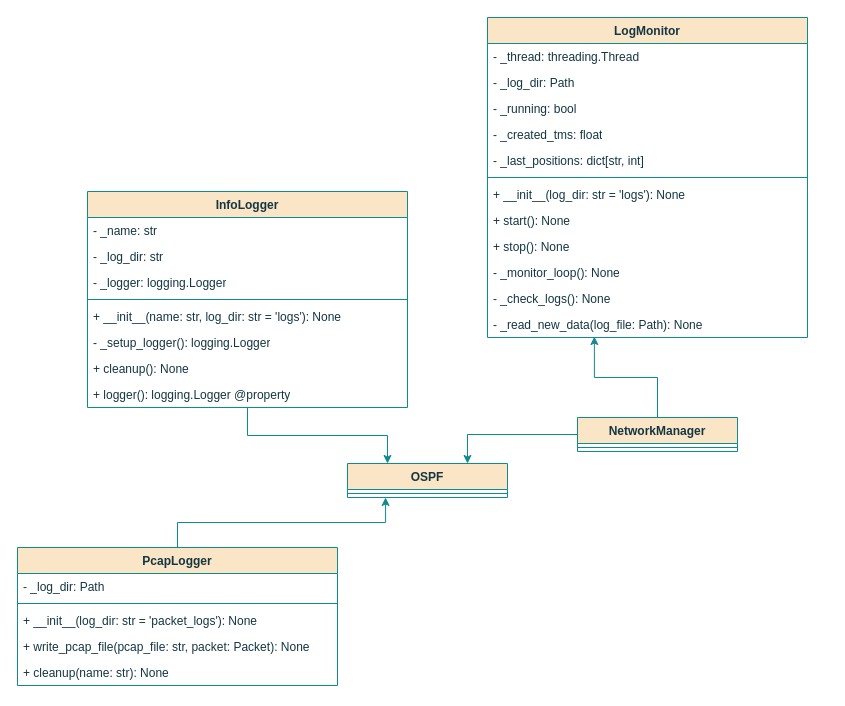
Above: page "monitoring_osztalydiagram" (6 of 12) of documentation/abrak.drawio in x3gan/thesis (draw.io), before the change. Source tidied: cells renumbered, new cells numbered last; positions are measured from the earlier drawing's top-left corner, leaving out a move shared by most shapes. Both pictures are drawn from the tidied source at 100%, with x=0, y=0 at pixel (17, 17).
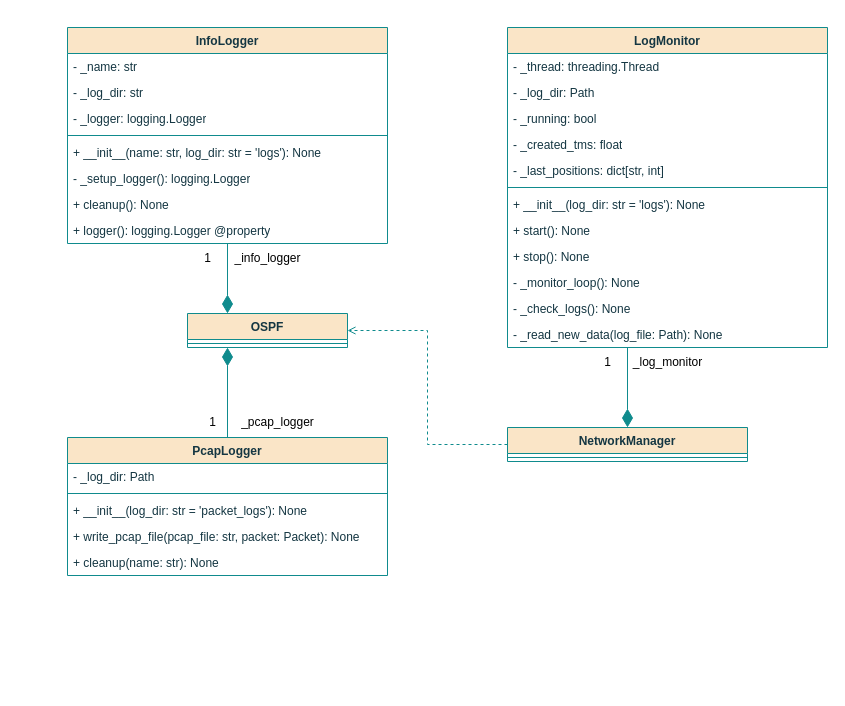
The same page after the edit.

Unchanged cells that the change refers to:
```xml
<mxCell id="20" value="- _read_new_data(log_file: Path): None" style="text;strokeColor=none;fillColor=none;align=left;verticalAlign=top;spacingLeft=4;spacingRight=4;overflow=hidden;points=[[0,0.5],[1,0.5]];portConstraint=eastwest;whiteSpace=wrap;html=1;labelBackgroundColor=none;fontColor=#143642;" parent="8" vertex="1">
  <mxGeometry y="294" width="320" height="26" as="geometry" />
</mxCell>
<mxCell id="32" style="line;strokeWidth=1;fillColor=#FAE5C7;align=center;verticalAlign=top;spacingTop=-1;spacingLeft=3;spacingRight=3;labelPosition=right;points=[];portConstraint=eastwest;strokeColor=#0F8B8D;fontFamily=Helvetica;fontSize=12;fontColor=#143642;fontStyle=1;labelBackgroundColor=none;horizontal=1;" parent="31" vertex="1">
  <mxGeometry y="26" width="160" height="8" as="geometry" />
</mxCell>
```

What changed in the source:
```diff
@@
     <mxCell id="2" value="PcapLogger" style="swimlane;fontStyle=1;align=center;verticalAlign=top;horizontal=1;startSize=26;whiteSpace=wrap;html=1;fillColor=#FAE5C7;strokeColor=#0F8B8D;labelBackgroundColor=none;fontColor=#143642;" parent="1" vertex="1">
-      <mxGeometry y="530" width="320" height="138" as="geometry" />
+      <mxGeometry x="50" y="420" width="320" height="138" as="geometry" />
     </mxCell>
@@
     <mxCell id="8" value="LogMonitor" style="swimlane;fontStyle=1;align=center;verticalAlign=top;horizontal=1;startSize=26;whiteSpace=wrap;html=1;fillColor=#FAE5C7;strokeColor=#0F8B8D;labelBackgroundColor=none;fontColor=#143642;" parent="1" vertex="1">
-      <mxGeometry x="470" width="320" height="320" as="geometry" />
+      <mxGeometry x="490" y="10" width="320" height="320" as="geometry" />
     </mxCell>
@@
-    <mxCell id="21" style="edgeStyle=orthogonalEdgeStyle;rounded=0;jettySize=auto;html=1;entryX=0.25;entryY=0;entryDx=0;entryDy=0;strokeColor=#0F8B8D;align=center;verticalAlign=top;fontFamily=Helvetica;fontSize=12;fontColor=#143642;fontStyle=1;labelBackgroundColor=none;horizontal=1;startSize=26;fillColor=#FAE5C7;" parent="1" edge="1" source="22" target="31">
+    <mxCell id="21" style="edgeStyle=orthogonalEdgeStyle;rounded=0;jettySize=auto;html=1;entryX=0.25;entryY=0;entryDx=0;entryDy=0;strokeColor=#0F8B8D;align=center;verticalAlign=top;fontFamily=Helvetica;fontSize=12;fontColor=#143642;fontStyle=1;labelBackgroundColor=none;horizontal=1;startSize=26;fillColor=#FAE5C7;endArrow=diamondThin;endFill=1;endSize=16;" parent="1" edge="1" source="22" target="31">
       <mxGeometry relative="1" as="geometry" />
     </mxCell>
     <mxCell id="22" value="InfoLogger" style="swimlane;fontStyle=1;align=center;verticalAlign=top;horizontal=1;startSize=26;whiteSpace=wrap;html=1;fillColor=#FAE5C7;strokeColor=#0F8B8D;labelBackgroundColor=none;fontColor=#143642;" parent="1" vertex="1">
-      <mxGeometry x="70" y="174" width="320" height="216" as="geometry" />
+      <mxGeometry x="50" y="10" width="320" height="216" as="geometry" />
     </mxCell>
@@
     <mxCell id="31" value="OSPF" style="swimlane;fontStyle=1;align=center;verticalAlign=top;horizontal=1;startSize=26;whiteSpace=wrap;html=1;strokeColor=#0F8B8D;fontFamily=Helvetica;fontSize=12;fontColor=#143642;labelBackgroundColor=none;fillColor=#FAE5C7;" parent="1" vertex="1">
-      <mxGeometry x="330" y="446" width="160" height="34" as="geometry" />
+      <mxGeometry x="170" y="296" width="160" height="34" as="geometry" />
     </mxCell>
@@
-    <mxCell id="33" style="edgeStyle=orthogonalEdgeStyle;rounded=0;jettySize=auto;html=1;entryX=0.238;entryY=1;entryDx=0;entryDy=0;entryPerimeter=0;strokeColor=#0F8B8D;align=center;verticalAlign=top;fontFamily=Helvetica;fontSize=12;fontColor=#143642;fontStyle=1;labelBackgroundColor=none;horizontal=1;startSize=26;fillColor=#FAE5C7;" parent="1" edge="1" source="2" target="32">
-      <mxGeometry relative="1" as="geometry" />
+    <mxCell id="33" style="edgeStyle=orthogonalEdgeStyle;rounded=0;jettySize=auto;html=1;strokeColor=#0F8B8D;align=center;verticalAlign=top;fontFamily=Helvetica;fontSize=12;fontColor=#143642;fontStyle=1;labelBackgroundColor=none;horizontal=1;startSize=26;fillColor=#FAE5C7;endArrow=diamondThin;endFill=1;endSize=16;" parent="1" edge="1" source="2">
+      <mxGeometry relative="1" as="geometry">
+        <mxPoint x="210" y="330" as="targetPoint" />
+      </mxGeometry>
     </mxCell>
-    <mxCell id="34" style="edgeStyle=orthogonalEdgeStyle;rounded=0;jettySize=auto;html=1;entryX=0.75;entryY=0;entryDx=0;entryDy=0;strokeColor=#0F8B8D;align=center;verticalAlign=top;fontFamily=Helvetica;fontSize=12;fontColor=#143642;fontStyle=1;labelBackgroundColor=none;horizontal=1;startSize=26;fillColor=#FAE5C7;" parent="1" edge="1" source="35" target="31">
+    <mxCell id="34" style="edgeStyle=orthogonalEdgeStyle;rounded=0;jettySize=auto;html=1;entryX=1;entryY=0.5;entryDx=0;entryDy=0;strokeColor=#0F8B8D;align=center;verticalAlign=top;fontFamily=Helvetica;fontSize=12;fontColor=#143642;fontStyle=1;labelBackgroundColor=none;horizontal=1;startSize=26;fillColor=#FAE5C7;dashed=1;endArrow=open;endFill=0;" parent="1" edge="1" source="35" target="31">
       <mxGeometry relative="1" as="geometry" />
     </mxCell>
     <mxCell id="35" value="NetworkManager" style="swimlane;fontStyle=1;align=center;verticalAlign=top;horizontal=1;startSize=26;whiteSpace=wrap;html=1;strokeColor=#0F8B8D;fontFamily=Helvetica;fontSize=12;fontColor=#143642;labelBackgroundColor=none;fillColor=#FAE5C7;" parent="1" vertex="1">
-      <mxGeometry x="560" y="400" width="160" height="34" as="geometry" />
+      <mxGeometry x="490" y="410" width="240" height="34" as="geometry" />
     </mxCell>
     <mxCell id="36" style="line;strokeWidth=1;fillColor=#FAE5C7;align=center;verticalAlign=top;spacingTop=-1;spacingLeft=3;spacingRight=3;labelPosition=right;strokeColor=#0F8B8D;fontFamily=Helvetica;fontSize=12;fontColor=#143642;fontStyle=1;labelBackgroundColor=none;horizontal=1;" parent="35" vertex="1">
-      <mxGeometry y="26" width="160" height="8" as="geometry" />
+      <mxGeometry y="26" width="240" height="8" as="geometry" />
     </mxCell>
-    <mxCell id="37" style="edgeStyle=orthogonalEdgeStyle;rounded=0;jettySize=auto;html=1;entryX=0.334;entryY=0.962;entryDx=0;entryDy=0;entryPerimeter=0;strokeColor=#0F8B8D;align=center;verticalAlign=top;fontFamily=Helvetica;fontSize=12;fontColor=#143642;fontStyle=1;labelBackgroundColor=none;horizontal=1;startSize=26;fillColor=#FAE5C7;" parent="1" edge="1" source="35" target="20">
-      <mxGeometry relative="1" as="geometry" />
+    <mxCell id="37" style="edgeStyle=orthogonalEdgeStyle;rounded=0;jettySize=auto;html=1;strokeColor=#0F8B8D;align=center;verticalAlign=top;fontFamily=Helvetica;fontSize=12;fontColor=#143642;fontStyle=1;labelBackgroundColor=none;horizontal=1;startSize=16;fillColor=#FAE5C7;startArrow=diamondThin;startFill=1;endArrow=none;" parent="1" edge="1" source="35">
+      <mxGeometry relative="1" as="geometry">
+        <mxPoint x="610" y="330" as="targetPoint" />
+      </mxGeometry>
     </mxCell>
+    <mxCell id="38" value="_info_logger" style="text;html=1;align=center;verticalAlign=middle;strokeColor=none;fillColor=none;" parent="1" vertex="1">
+      <mxGeometry x="205" y="226" width="90" height="30" as="geometry" />
+    </mxCell>
+    <mxCell id="39" value="1" style="text;html=1;align=center;verticalAlign=middle;strokeColor=none;fillColor=none;" parent="1" vertex="1">
+      <mxGeometry x="175" y="226" width="30" height="30" as="geometry" />
+    </mxCell>
+    <mxCell id="40" value="_pcap_logger" style="text;html=1;align=center;verticalAlign=middle;strokeColor=none;fillColor=none;" parent="1" vertex="1">
+      <mxGeometry x="210" y="390" width="100" height="30" as="geometry" />
+    </mxCell>
+    <mxCell id="41" value="1" style="text;html=1;align=center;verticalAlign=middle;strokeColor=none;fillColor=none;" parent="1" vertex="1">
+      <mxGeometry x="180" y="390" width="30" height="30" as="geometry" />
+    </mxCell>
+    <mxCell id="42" value="_log_monitor" style="text;html=1;align=center;verticalAlign=middle;strokeColor=none;fillColor=none;" parent="1" vertex="1">
+      <mxGeometry x="605" y="330" width="90" height="30" as="geometry" />
+    </mxCell>
+    <mxCell id="43" value="1" style="text;html=1;align=center;verticalAlign=middle;strokeColor=none;fillColor=none;" parent="1" vertex="1">
+      <mxGeometry x="575" y="330" width="30" height="30" as="geometry" />
+    </mxCell>
```
